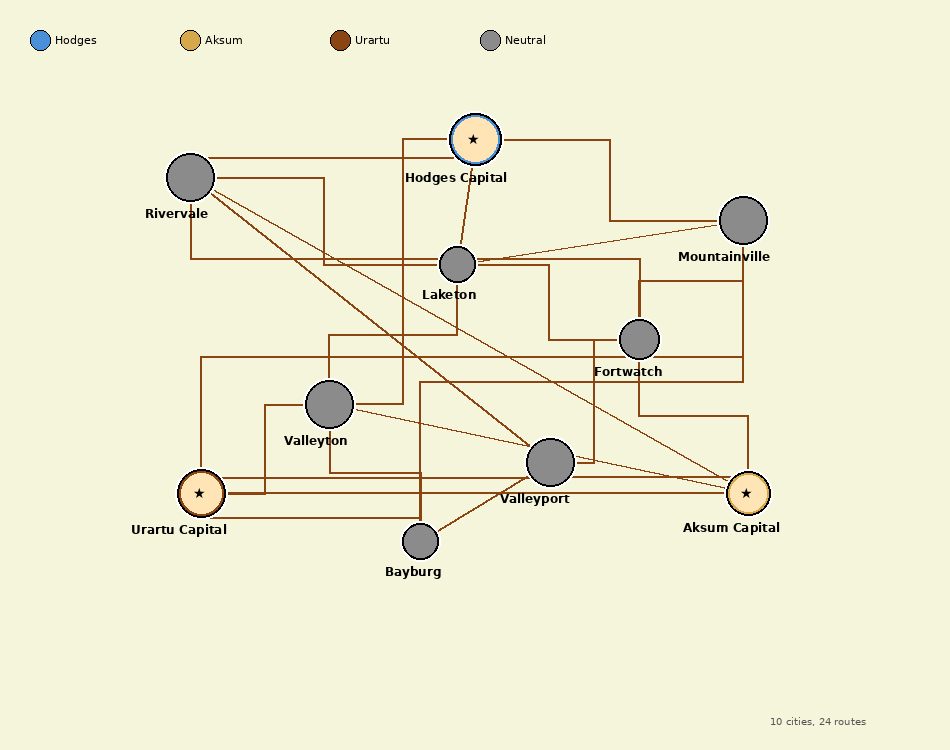
Earlier version of the Graphviz export world/map/world-map.png (DylanZ34/World-Sim). Its source is kept beside it as world/map/world-map.dot.
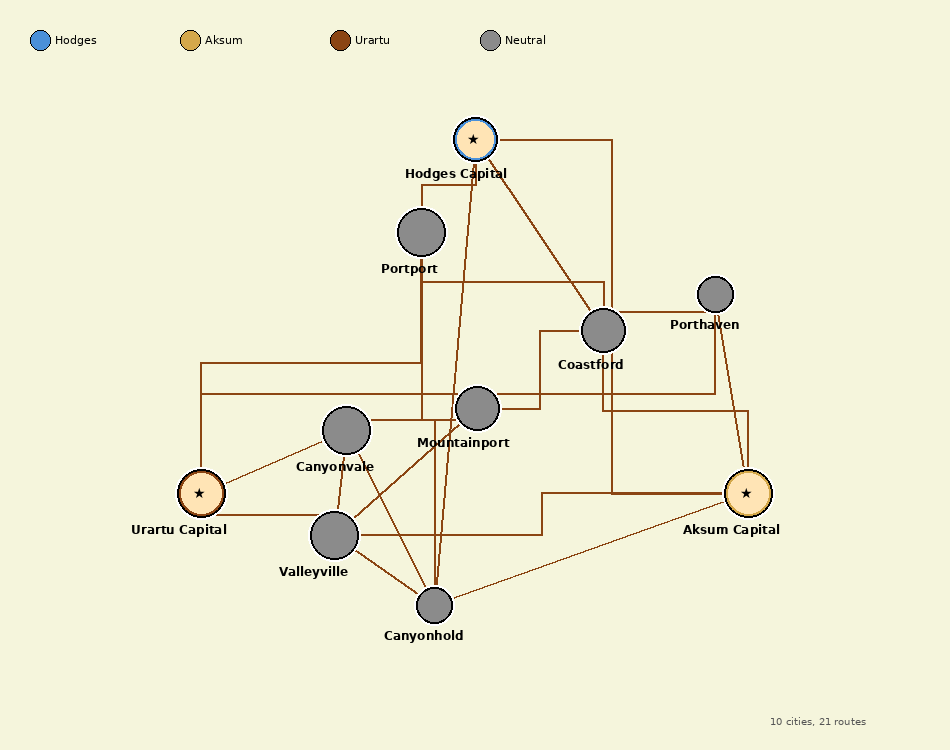
Above is the later version.

The edit, as a diff of the source:
```diff
@@ -4,39 +4,36 @@
   splines=true;
 
   node [shape=circle, style=filled, fontname="Arial"];
-  "city_0" [label="Hodges Capital\n(7/4)", fillcolor="#4A90D9", width=45, fontsize=10];
-  "city_1" [label="Aksum Capital\n(5/3)", fillcolor="#D4A84B", width=45, fontsize=10];
-  "city_2" [label="Urartu Capital\n(6/5)", fillcolor="#8B4513", width=45, fontsize=10];
-  "city_3" [label="Valleyton\n(6/3)", fillcolor="#CCCCCC", width=30, fontsize=10];
-  "city_4" [label="Bayburg\n(3/2)", fillcolor="#CCCCCC", width=30, fontsize=10];
-  "city_5" [label="Valleyport\n(6/1)", fillcolor="#CCCCCC", width=30, fontsize=10];
-  "city_6" [label="Rivervale\n(6/1)", fillcolor="#CCCCCC", width=30, fontsize=10];
-  "city_7" [label="Laketon\n(3/1)", fillcolor="#CCCCCC", width=30, fontsize=10];
-  "city_8" [label="Fortwatch\n(4/2)", fillcolor="#CCCCCC", width=30, fontsize=10];
-  "city_9" [label="Mountainville\n(6/1)", fillcolor="#CCCCCC", width=30, fontsize=10];
+  "city_0" [label="Hodges Capital\n(5/3)", fillcolor="#4A90D9", width=45, fontsize=10];
+  "city_1" [label="Aksum Capital\n(6/6)", fillcolor="#D4A84B", width=45, fontsize=10];
+  "city_2" [label="Urartu Capital\n(6/4)", fillcolor="#8B4513", width=45, fontsize=10];
+  "city_3" [label="Canyonvale\n(6/3)", fillcolor="#CCCCCC", width=30, fontsize=10];
+  "city_4" [label="Portport\n(6/2)", fillcolor="#CCCCCC", width=30, fontsize=10];
+  "city_5" [label="Porthaven\n(3/1)", fillcolor="#CCCCCC", width=30, fontsize=10];
+  "city_6" [label="Mountainport\n(5/1)", fillcolor="#CCCCCC", width=30, fontsize=10];
+  "city_7" [label="Valleyville\n(6/2)", fillcolor="#CCCCCC", width=30, fontsize=10];
+  "city_8" [label="Canyonhold\n(3/2)", fillcolor="#CCCCCC", width=30, fontsize=10];
+  "city_9" [label="Coastford\n(5/3)", fillcolor="#CCCCCC", width=30, fontsize=10];
 
-  "city_0" -- "city_7" [len=2];
-  "city_0" -- "city_6" [len=2];
+  "city_0" -- "city_4" [len=2];
+  "city_0" -- "city_9" [len=2];
+  "city_1" -- "city_9" [len=2];
   "city_1" -- "city_5" [len=2];
+  "city_2" -- "city_7" [len=2];
+  "city_2" -- "city_3" [len=2];
+  "city_3" -- "city_6" [len=2];
+  "city_3" -- "city_7" [len=2];
+  "city_4" -- "city_9" [len=2];
+  "city_5" -- "city_9" [len=2];
+  "city_6" -- "city_9" [len=2];
+  "city_7" -- "city_8" [len=2];
+  "city_3" -- "city_8" [len=2];
+  "city_0" -- "city_1" [len=2];
   "city_1" -- "city_8" [len=2];
-  "city_2" -- "city_3" [len=2];
+  "city_1" -- "city_7" [len=2];
   "city_2" -- "city_4" [len=2];
-  "city_3" -- "city_4" [len=2];
-  "city_4" -- "city_5" [len=2];
-  "city_5" -- "city_8" [len=2];
+  "city_2" -- "city_5" [len=2];
   "city_6" -- "city_7" [len=2];
-  "city_7" -- "city_8" [len=2];
-  "city_8" -- "city_9" [len=2];
-  "city_0" -- "city_9" [len=2];
-  "city_2" -- "city_5" [len=2];
-  "city_1" -- "city_2" [len=2];
-  "city_0" -- "city_3" [len=2];
-  "city_3" -- "city_7" [len=2];
-  "city_1" -- "city_3" [len=2];
-  "city_1" -- "city_6" [len=2];
-  "city_5" -- "city_6" [len=2];
-  "city_6" -- "city_8" [len=2];
-  "city_2" -- "city_9" [len=2];
-  "city_4" -- "city_9" [len=2];
-  "city_7" -- "city_9" [len=2];
+  "city_4" -- "city_8" [len=2];
+  "city_0" -- "city_8" [len=2];
 }
```
